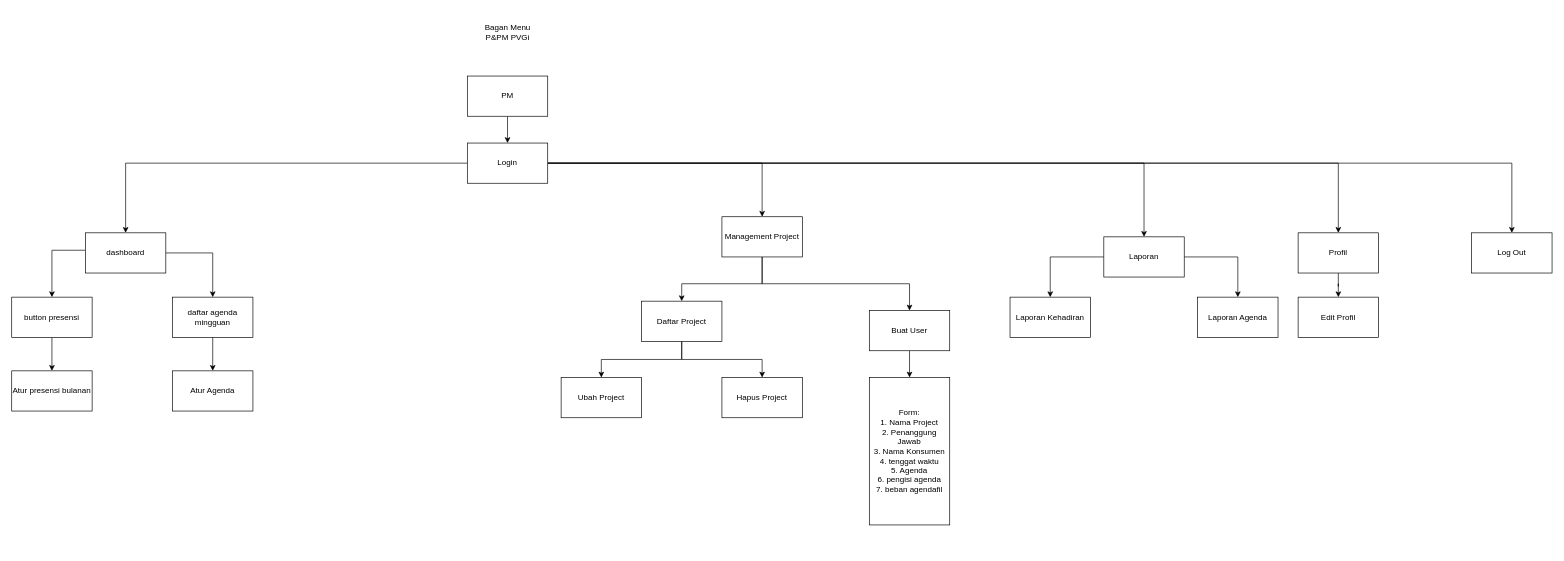
birthdaygracia24/AllAboutDrawIO keeps this draw.io diagram as page "PM" (4 of 6) of P&PM PVGi/Bagan Menu PNPM.drawio. Above is the earlier version. Source tidied: cells renumbered, new cells numbered last; positions are measured from the earlier drawing's top-left corner, leaving out a move shared by most shapes. Both pictures are drawn from the tidied source at 67%, with x=0, y=0 at pixel (11, 22).
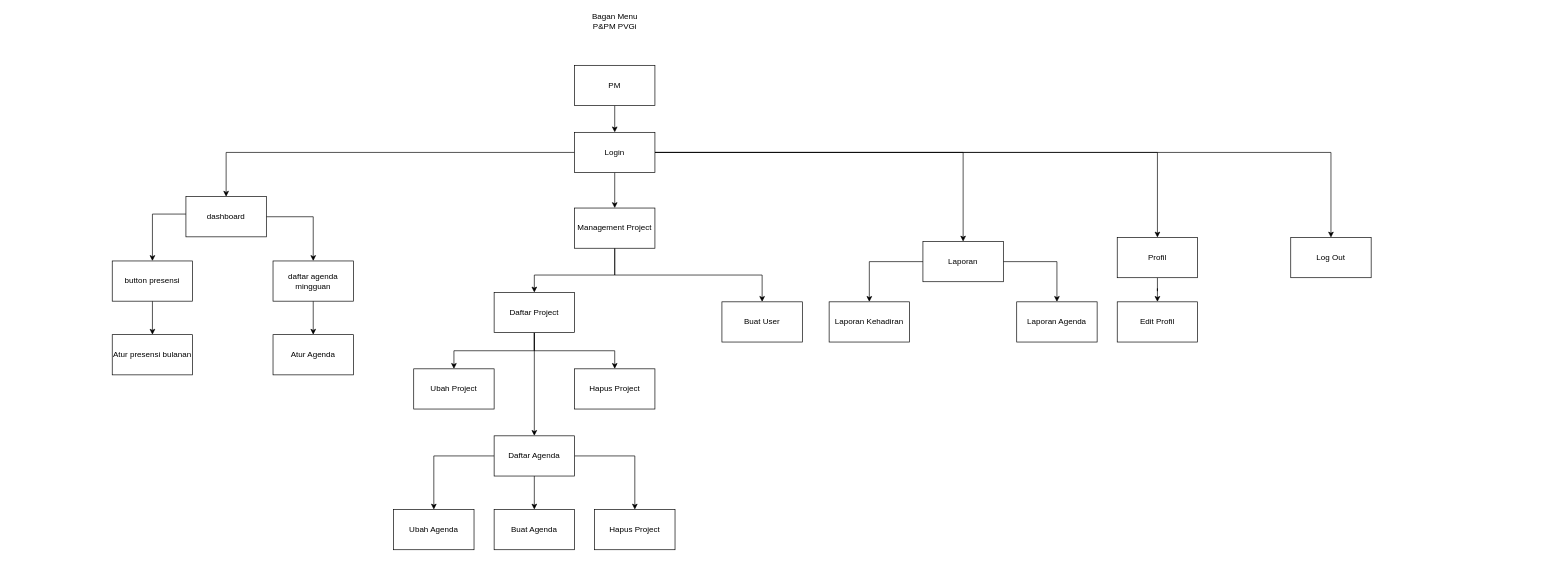
After the change.

The edit, as a diff of the source:
```diff
@@
     <mxCell id="3" value="PM" style="rounded=0;whiteSpace=wrap;html=1;" parent="1" vertex="1">
-      <mxGeometry x="680" y="80" width="120" height="60" as="geometry" />
+      <mxGeometry x="840" y="64" width="120" height="60" as="geometry" />
     </mxCell>
     <mxCell id="4" value="Bagan Menu&lt;br&gt;P&amp;amp;PM PVGi" style="text;html=1;align=center;verticalAlign=middle;strokeColor=none;" parent="1" vertex="1">
-      <mxGeometry x="700" width="80" height="30" as="geometry" />
+      <mxGeometry x="860" y="-16" width="80" height="30" as="geometry" />
     </mxCell>
@@
     <mxCell id="10" value="Login" style="rounded=0;whiteSpace=wrap;html=1;" parent="1" vertex="1">
-      <mxGeometry x="680" y="180" width="120" height="60" as="geometry" />
+      <mxGeometry x="840" y="164" width="120" height="60" as="geometry" />
     </mxCell>
     <mxCell id="11" style="edgeStyle=orthogonalEdgeStyle;rounded=0;jettySize=auto;html=1;entryX=0.5;entryY=0;entryDx=0;entryDy=0;" parent="1" edge="1" source="13" target="18">
       <mxGeometry relative="1" as="geometry">
         <Array as="points">
-          <mxPoint x="60" y="340" />
+          <mxPoint x="210" y="286" />
         </Array>
       </mxGeometry>
     </mxCell>
@@
     <mxCell id="13" value="dashboard" style="rounded=0;whiteSpace=wrap;html=1;" parent="1" vertex="1">
-      <mxGeometry x="110" y="314" width="120" height="60" as="geometry" />
+      <mxGeometry x="260" y="260" width="120" height="60" as="geometry" />
     </mxCell>
@@
     <mxCell id="15" value="Profil" style="rounded=0;whiteSpace=wrap;html=1;" parent="1" vertex="1">
-      <mxGeometry x="1920" y="314" width="120" height="60" as="geometry" />
+      <mxGeometry x="1650" y="321" width="120" height="60" as="geometry" />
     </mxCell>
     <mxCell id="16" value="Log Out" style="rounded=0;whiteSpace=wrap;html=1;" parent="1" vertex="1">
-      <mxGeometry x="2179" y="314" width="120" height="60" as="geometry" />
+      <mxGeometry x="1909" y="321" width="120" height="60" as="geometry" />
     </mxCell>
@@
     <mxCell id="18" value="button presensi" style="rounded=0;whiteSpace=wrap;html=1;" parent="1" vertex="1">
-      <mxGeometry y="410" width="120" height="60" as="geometry" />
+      <mxGeometry x="150" y="356" width="120" height="60" as="geometry" />
     </mxCell>
@@
     <mxCell id="20" value="daftar agenda mingguan" style="rounded=0;whiteSpace=wrap;html=1;" parent="1" vertex="1">
-      <mxGeometry x="240" y="410" width="120" height="60" as="geometry" />
+      <mxGeometry x="390" y="356" width="120" height="60" as="geometry" />
     </mxCell>
     <mxCell id="21" value="Atur Agenda" style="rounded=0;whiteSpace=wrap;html=1;" parent="1" vertex="1">
-      <mxGeometry x="240" y="520" width="120" height="60" as="geometry" />
+      <mxGeometry x="390" y="466" width="120" height="60" as="geometry" />
     </mxCell>
     <mxCell id="22" value="Atur presensi bulanan" style="rounded=0;whiteSpace=wrap;html=1;" parent="1" vertex="1">
-      <mxGeometry y="520" width="120" height="60" as="geometry" />
+      <mxGeometry x="150" y="466" width="120" height="60" as="geometry" />
     </mxCell>
     <mxCell id="23" value="Edit Profil" style="rounded=0;whiteSpace=wrap;html=1;" parent="1" vertex="1">
-      <mxGeometry x="1920" y="410" width="120" height="60" as="geometry" />
+      <mxGeometry x="1650" y="417" width="120" height="60" as="geometry" />
     </mxCell>
     <mxCell id="24" style="edgeStyle=orthogonalEdgeStyle;rounded=0;jettySize=auto;html=1;entryX=0.5;entryY=0;entryDx=0;entryDy=0;" parent="1" edge="1" source="26" target="29">
       <mxGeometry relative="1" as="geometry">
         <Array as="points">
-          <mxPoint x="1120" y="390" />
-          <mxPoint x="1000" y="390" />
+          <mxPoint x="900" y="377" />
+          <mxPoint x="780" y="377" />
         </Array>
       </mxGeometry>
     </mxCell>
     <mxCell id="25" style="edgeStyle=orthogonalEdgeStyle;rounded=0;jettySize=auto;html=1;entryX=0.5;entryY=0;entryDx=0;entryDy=0;" parent="1" edge="1" source="26" target="31">
       <mxGeometry relative="1" as="geometry">
         <Array as="points">
-          <mxPoint x="1120" y="390" />
-          <mxPoint x="1340" y="390" />
+          <mxPoint x="900" y="377" />
+          <mxPoint x="1120" y="377" />
         </Array>
       </mxGeometry>
     </mxCell>
     <mxCell id="26" value="Management Project" style="rounded=0;whiteSpace=wrap;html=1;" parent="1" vertex="1">
-      <mxGeometry x="1060" y="290" width="120" height="60" as="geometry" />
+      <mxGeometry x="840" y="277" width="120" height="60" as="geometry" />
     </mxCell>
@@
-    <mxCell id="28" style="edgeStyle=orthogonalEdgeStyle;rounded=0;jettySize=auto;html=1;entryX=0.5;entryY=0;entryDx=0;entryDy=0;" parent="1" edge="1" source="29" target="33">
-      <mxGeometry relative="1" as="geometry" />
-    </mxCell>
+    <mxCell id="40" style="edgeStyle=orthogonalEdgeStyle;rounded=0;jettySize=auto;html=1;entryX=0.5;entryY=0;entryDx=0;entryDy=0;" parent="1" edge="1" source="29" target="42">
+      <mxGeometry relative="1" as="geometry" />
+    </mxCell>
+    <mxCell id="41" style="edgeStyle=orthogonalEdgeStyle;rounded=0;jettySize=auto;html=1;entryX=0.5;entryY=0;entryDx=0;entryDy=0;startArrow=none;startFill=0;endArrow=classic;endFill=1;" parent="1" edge="1" source="29" target="46">
+      <mxGeometry relative="1" as="geometry" />
+    </mxCell>
     <mxCell id="29" value="Daftar Project" style="rounded=0;whiteSpace=wrap;html=1;" parent="1" vertex="1">
-      <mxGeometry x="940" y="416" width="120" height="60" as="geometry" />
+      <mxGeometry x="720" y="403" width="120" height="60" as="geometry" />
     </mxCell>
-    <mxCell id="30" style="edgeStyle=orthogonalEdgeStyle;rounded=0;jettySize=auto;html=1;entryX=0.5;entryY=0;entryDx=0;entryDy=0;" parent="1" edge="1" source="31" target="34">
-      <mxGeometry relative="1" as="geometry" />
-    </mxCell>
     <mxCell id="31" value="Buat User" style="rounded=0;whiteSpace=wrap;html=1;" parent="1" vertex="1">
-      <mxGeometry x="1280" y="430" width="120" height="60" as="geometry" />
+      <mxGeometry x="1060" y="417" width="120" height="60" as="geometry" />
     </mxCell>
     <mxCell id="32" value="Ubah Project" style="rounded=0;whiteSpace=wrap;html=1;" parent="1" vertex="1">
-      <mxGeometry x="820" y="530" width="120" height="60" as="geometry" />
+      <mxGeometry x="600" y="517" width="120" height="60" as="geometry" />
     </mxCell>
-    <mxCell id="33" value="Hapus Project" style="rounded=0;whiteSpace=wrap;html=1;" parent="1" vertex="1">
-      <mxGeometry x="1060" y="530" width="120" height="60" as="geometry" />
-    </mxCell>
-    <mxCell id="34" value="Form:&lt;br&gt;1. Nama Project&lt;br&gt;2. Penanggung Jawab&lt;br&gt;3. Nama Konsumen&lt;br&gt;4. tenggat waktu&lt;br&gt;5. Agenda&lt;br&gt;6. pengisi agenda&lt;br&gt;7. beban agendafil" style="rounded=0;whiteSpace=wrap;html=1;" parent="1" vertex="1">
-      <mxGeometry x="1280" y="530" width="120" height="220" as="geometry" />
-    </mxCell>
+    <mxCell id="42" value="Hapus Project" style="rounded=0;whiteSpace=wrap;html=1;" parent="1" vertex="1">
+      <mxGeometry x="840" y="517" width="120" height="60" as="geometry" />
+    </mxCell>
@@
     <mxCell id="37" value="Laporan" style="rounded=0;whiteSpace=wrap;html=1;" parent="1" vertex="1">
-      <mxGeometry x="1630" y="320" width="120" height="60" as="geometry" />
+      <mxGeometry x="1360" y="327" width="120" height="60" as="geometry" />
     </mxCell>
     <mxCell id="38" value="Laporan Kehadiran" style="rounded=0;whiteSpace=wrap;html=1;" parent="1" vertex="1">
-      <mxGeometry x="1490" y="410" width="120" height="60" as="geometry" />
+      <mxGeometry x="1220" y="417" width="120" height="60" as="geometry" />
     </mxCell>
     <mxCell id="39" value="Laporan Agenda" style="rounded=0;whiteSpace=wrap;html=1;" parent="1" vertex="1">
-      <mxGeometry x="1770" y="410" width="120" height="60" as="geometry" />
+      <mxGeometry x="1500" y="417" width="120" height="60" as="geometry" />
     </mxCell>
+    <mxCell id="43" style="edgeStyle=orthogonalEdgeStyle;rounded=0;jettySize=auto;html=1;entryX=0.5;entryY=0;entryDx=0;entryDy=0;" parent="1" edge="1" source="46" target="47">
+      <mxGeometry relative="1" as="geometry" />
+    </mxCell>
+    <mxCell id="44" style="edgeStyle=orthogonalEdgeStyle;rounded=0;jettySize=auto;html=1;entryX=0.5;entryY=0;entryDx=0;entryDy=0;" parent="1" edge="1" source="46" target="48">
+      <mxGeometry relative="1" as="geometry">
+        <Array as="points">
+          <mxPoint x="930" y="647" />
+        </Array>
+      </mxGeometry>
+    </mxCell>
+    <mxCell id="45" style="edgeStyle=orthogonalEdgeStyle;rounded=0;jettySize=auto;html=1;entryX=0.5;entryY=0;entryDx=0;entryDy=0;startArrow=none;startFill=0;endArrow=classic;endFill=1;" parent="1" edge="1" source="46" target="49">
+      <mxGeometry relative="1" as="geometry" />
+    </mxCell>
+    <mxCell id="46" value="Daftar Agenda" style="rounded=0;whiteSpace=wrap;html=1;" parent="1" vertex="1">
+      <mxGeometry x="720" y="617" width="120" height="60" as="geometry" />
+    </mxCell>
+    <mxCell id="47" value="Ubah Agenda" style="rounded=0;whiteSpace=wrap;html=1;" parent="1" vertex="1">
+      <mxGeometry x="570" y="727" width="120" height="60" as="geometry" />
+    </mxCell>
+    <mxCell id="48" value="Hapus Project" style="rounded=0;whiteSpace=wrap;html=1;" parent="1" vertex="1">
+      <mxGeometry x="870" y="727" width="120" height="60" as="geometry" />
+    </mxCell>
+    <mxCell id="49" value="Buat Agenda" style="rounded=0;whiteSpace=wrap;html=1;" parent="1" vertex="1">
+      <mxGeometry x="720" y="727" width="120" height="60" as="geometry" />
+    </mxCell>
```
